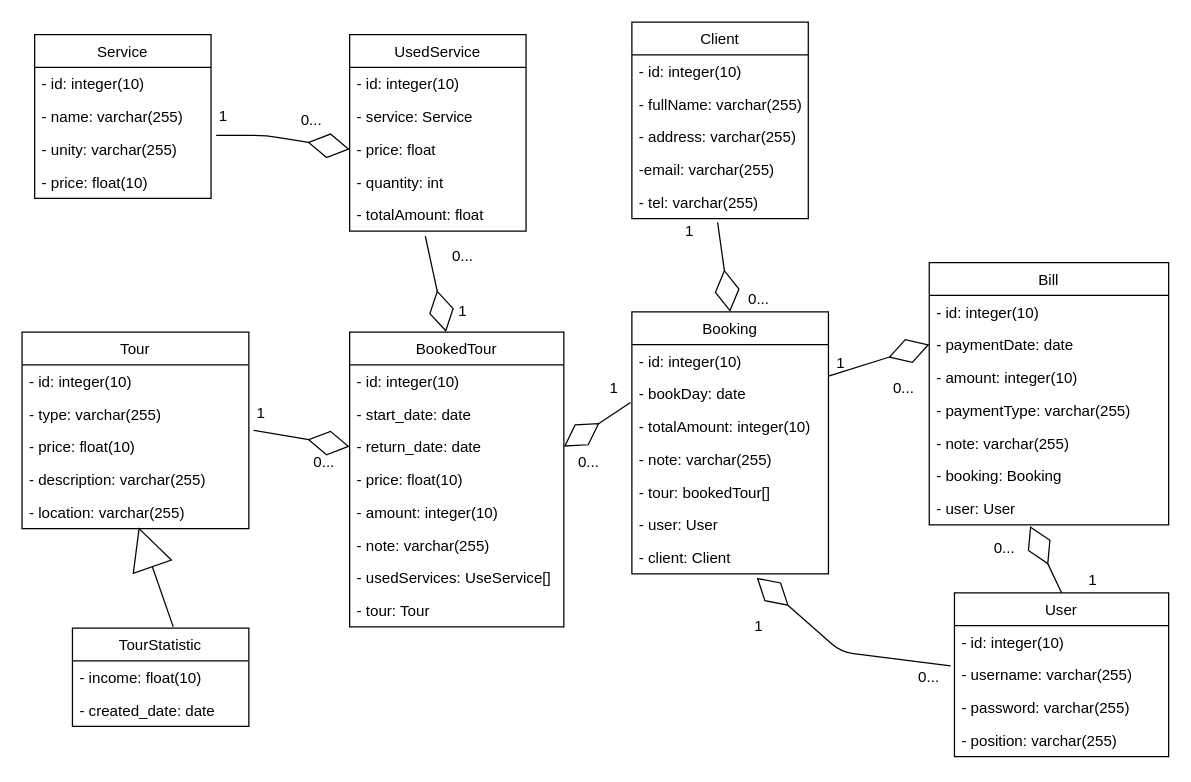
Above: classDiagram.drawio in thanhlongtld/classical_software_engineering (draw.io), before the change. Source tidied: cells renumbered, new cells numbered last; positions are measured from the earlier drawing's top-left corner, leaving out a move shared by most shapes. Both pictures are drawn from the tidied source at 126%, with x=0, y=0 at pixel (21, 21).
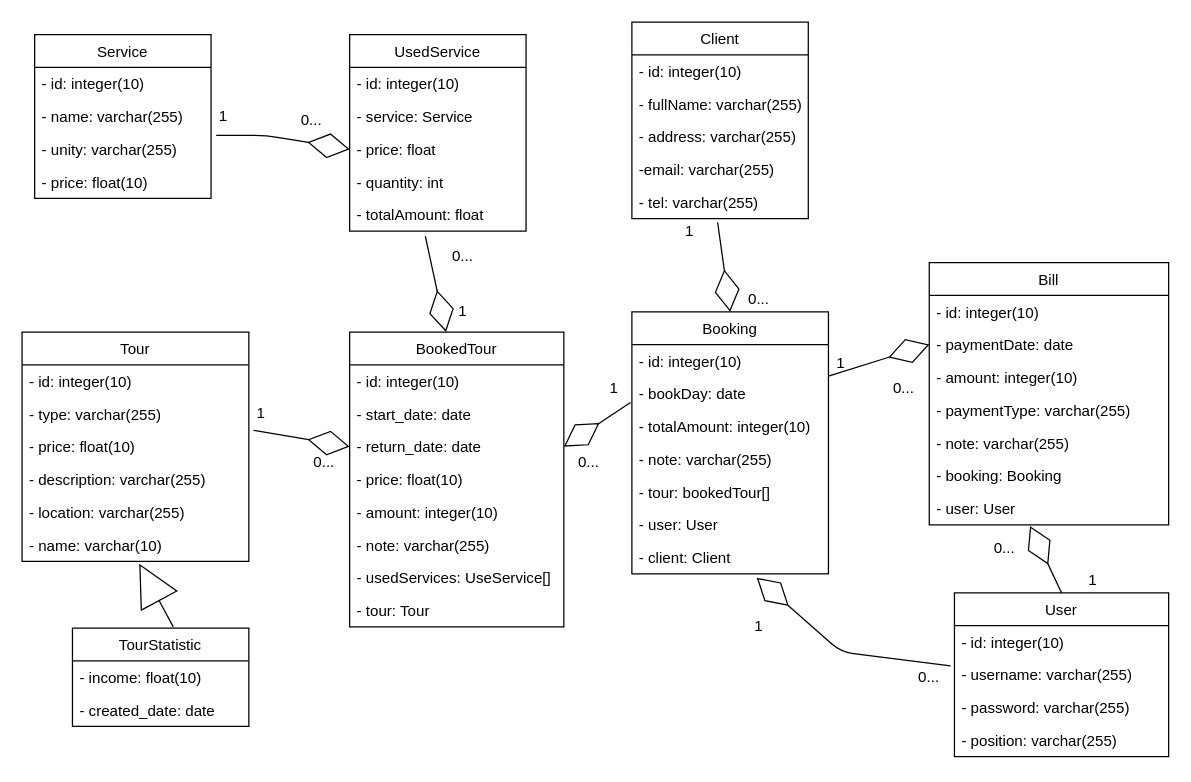
The same diagram, later.

The change refers to these unchanged cells:
```xml
<mxCell id="21" value="- location: varchar(255)" style="text;strokeColor=none;fillColor=none;align=left;verticalAlign=top;spacingLeft=4;spacingRight=4;overflow=hidden;points=[[0,0.5],[1,0.5]];portConstraint=eastwest;" parent="16" vertex="1">
  <mxGeometry y="130" width="180" height="26" as="geometry" />
</mxCell>
```

Diff of the diagram source:
```diff
@@
     <mxCell id="16" value="Tour" style="swimlane;fontStyle=0;horizontal=1;startSize=26;fillColor=none;" parent="1" vertex="1">
-      <mxGeometry y="246" width="180" height="156" as="geometry" />
+      <mxGeometry y="246" width="180" height="182" as="geometry" />
     </mxCell>
@@
+    <mxCell id="83" value="- name: varchar(10)" style="text;strokeColor=none;fillColor=none;align=left;verticalAlign=top;spacingLeft=4;spacingRight=4;overflow=hidden;" parent="16" vertex="1">
+      <mxGeometry y="156" width="180" height="26" as="geometry" />
+    </mxCell>
@@
-    <mxCell id="49" style="endArrow=block;html=1;endSize=31;entryX=0.514;entryY=0.962;entryDx=0;entryDy=0;entryPerimeter=0;endFill=0;" parent="1" edge="1" target="21">
+    <mxCell id="49" style="endArrow=block;html=1;endSize=31;endFill=0;" parent="1" edge="1">
       <mxGeometry relative="1" as="geometry">
         <mxPoint x="120" y="480" as="sourcePoint" />
+        <mxPoint x="93" y="430" as="targetPoint" />
       </mxGeometry>
     </mxCell>
```
